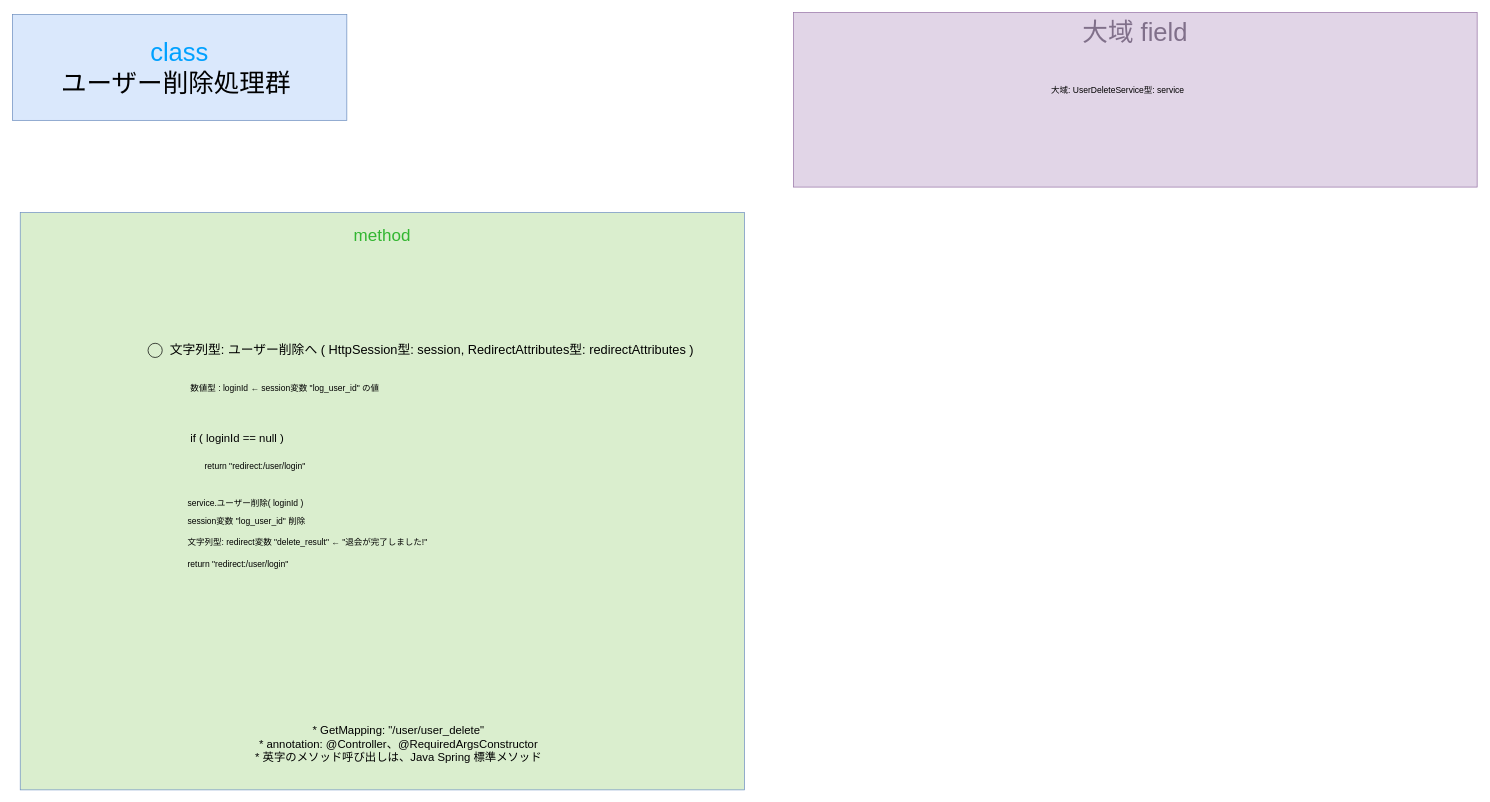
This is gijigengo/controller/user/meeting_reservation_sys controller_user UserDeleteControllerクラス 疑似言語.drawio from tro319/meeting_reservation_system, a draw.io file, before an edit. Source tidied: cells renumbered, new cells numbered last; positions are measured from the earlier drawing's top-left corner, leaving out a move shared by most shapes. Both pictures are drawn from the tidied source at 71%, with x=0, y=0 at pixel (12, 12).
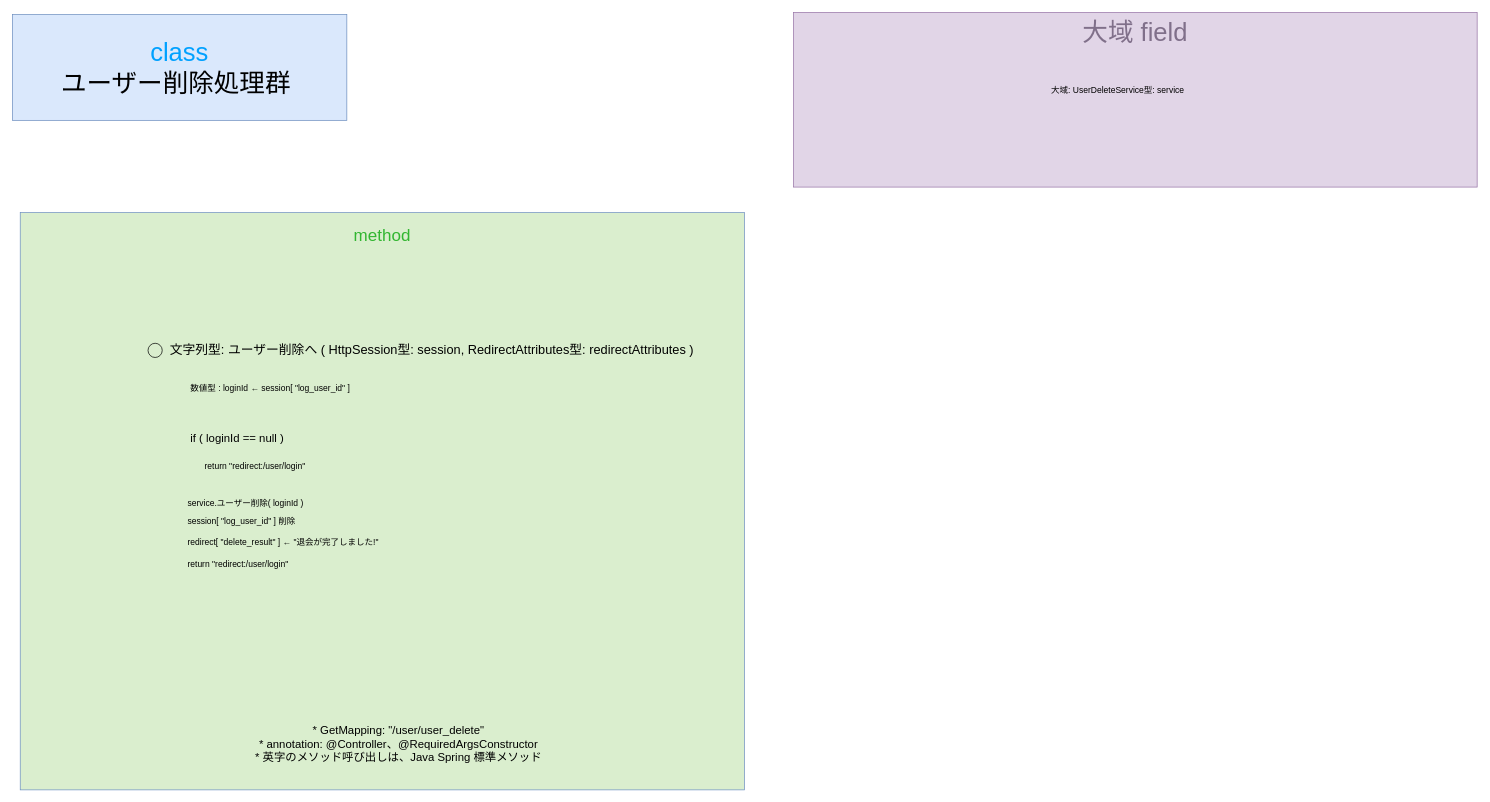
The same diagram, later.

The edit, as a diff of the source:
```diff
@@
 <mxGraphModel>
   <root>
     <mxCell id="0" />
     <mxCell id="1" parent="0" />
     <mxCell id="2" value="&lt;div&gt;&lt;span style=&quot;color: rgb(0, 161, 255);&quot;&gt;class&lt;/span&gt;&lt;/div&gt;&lt;div&gt;ユーザー削除処理群&amp;nbsp;&lt;/div&gt;" style="text;html=1;whiteSpace=wrap;strokeColor=#6c8ebf;fillColor=#dae8fc;align=center;verticalAlign=middle;rounded=0;fontSize=36;" parent="1" vertex="1">
       <mxGeometry y="3" width="471" height="149" as="geometry" />
     </mxCell>
     <mxCell id="3" value="&lt;div&gt;&lt;font style=&quot;font-size: 24px;&quot;&gt;&lt;span style=&quot;color: rgb(50, 182, 49);&quot;&gt;&lt;span style=&quot;&quot;&gt;&lt;span style=&quot;&quot;&gt;&lt;span&gt;method&lt;/span&gt;&lt;/span&gt;&lt;/span&gt;&lt;/span&gt;&lt;/font&gt;&lt;/div&gt;&lt;div&gt;&lt;font style=&quot;font-size: 24px;&quot;&gt;&lt;span style=&quot;color: rgba(0, 0, 0, 0);&quot;&gt;&lt;span style=&quot;color: rgba(0, 0, 0, 0);&quot;&gt;&lt;span style=&quot;&quot;&gt;&lt;span style=&quot;&quot;&gt;&lt;br&gt;&lt;/span&gt;&lt;/span&gt;&lt;/span&gt;&lt;/span&gt;&lt;/font&gt;&lt;/div&gt;" style="text;html=1;whiteSpace=wrap;strokeColor=#6c8ebf;fillColor=light-dark(#daeece, #214210);align=center;verticalAlign=top;rounded=0;fontSize=36;fontColor=#00A1FF;" parent="1" vertex="1">
       <mxGeometry x="11" y="282" width="1020" height="813" as="geometry" />
     </mxCell>
-    <mxCell id="4" value="&lt;div&gt;&lt;span style=&quot;color: rgb(0, 0, 0);&quot;&gt;&lt;font&gt;数値型 : loginId ←&amp;nbsp;&lt;/font&gt;&lt;/span&gt;&lt;span style=&quot;color: rgb(0, 0, 0);&quot;&gt;&lt;font&gt;session変数 &quot;log_user_id&quot; の値&lt;/font&gt;&lt;/span&gt;&lt;/div&gt;" style="text;html=1;whiteSpace=wrap;strokeColor=none;fillColor=none;align=left;verticalAlign=middle;rounded=0;fontSize=12;" parent="1" vertex="1">
+    <mxCell id="4" value="&lt;div&gt;&lt;span style=&quot;color: rgb(0, 0, 0);&quot;&gt;&lt;font&gt;数値型 : loginId ←&amp;nbsp;&lt;/font&gt;&lt;/span&gt;&lt;span style=&quot;color: rgb(0, 0, 0);&quot;&gt;&lt;font&gt;session[ &quot;log_user_id&quot; ]&lt;/font&gt;&lt;/span&gt;&lt;/div&gt;" style="text;html=1;whiteSpace=wrap;strokeColor=none;fillColor=none;align=left;verticalAlign=middle;rounded=0;fontSize=12;" parent="1" vertex="1">
       <mxGeometry x="249" y="515" width="590" height="30" as="geometry" />
     </mxCell>
     <mxCell id="5" value="&lt;div&gt;&lt;span&gt;&lt;span&gt;&lt;span style=&quot;color: rgb(0, 0, 0);&quot;&gt;&lt;font style=&quot;font-size: 16px;&quot;&gt;* GetMapping: &quot;/user/user_delete&quot;&lt;/font&gt;&lt;/span&gt;&lt;/span&gt;&lt;/span&gt;&lt;/div&gt;&lt;div&gt;&lt;span&gt;&lt;span&gt;&lt;span style=&quot;color: rgb(0, 0, 0);&quot;&gt;&lt;font style=&quot;font-size: 16px;&quot;&gt;* annotation: @Controller、@RequiredArgsConstructor&lt;/font&gt;&lt;/span&gt;&lt;/span&gt;&lt;/span&gt;&lt;/div&gt;&lt;div&gt;&lt;span&gt;&lt;span&gt;&lt;span style=&quot;color: rgb(0, 0, 0);&quot;&gt;&lt;font style=&quot;font-size: 16px;&quot;&gt;* 英字のメソッド呼び出しは、Java Spring 標準メソッド&lt;/font&gt;&lt;/span&gt;&lt;/span&gt;&lt;/span&gt;&lt;/div&gt;" style="text;html=1;whiteSpace=wrap;strokeColor=none;fillColor=none;align=center;verticalAlign=middle;rounded=0;" parent="1" vertex="1">
       <mxGeometry x="249" y="1015" width="590" height="30" as="geometry" />
     </mxCell>
     <mxCell id="6" value="&lt;div align=&quot;left&quot;&gt;&lt;span style=&quot;color: rgb(0, 0, 0);&quot;&gt;&lt;font style=&quot;font-size: 16px;&quot;&gt;if ( loginId == null )&amp;nbsp;&lt;/font&gt;&lt;/span&gt;&lt;/div&gt;" style="text;html=1;whiteSpace=wrap;strokeColor=none;fillColor=none;align=left;verticalAlign=middle;rounded=0;" parent="1" vertex="1">
       <mxGeometry x="249" y="585" width="590" height="30" as="geometry" />
     </mxCell>
     <mxCell id="7" value="service.ユーザー削除( loginId )" style="text;html=1;whiteSpace=wrap;strokeColor=none;fillColor=none;align=left;verticalAlign=middle;rounded=0;" parent="1" vertex="1">
       <mxGeometry x="245" y="676" width="590" height="30" as="geometry" />
     </mxCell>
     <mxCell id="8" value="return &quot;redirect:/user/login&quot;" style="text;html=1;whiteSpace=wrap;strokeColor=none;fillColor=none;align=left;verticalAlign=middle;rounded=0;" parent="1" vertex="1">
       <mxGeometry x="269" y="625" width="590" height="30" as="geometry" />
     </mxCell>
     <mxCell id="9" value="&lt;font&gt;大域 field&lt;/font&gt;" style="rounded=0;whiteSpace=wrap;html=1;fillColor=#e1d5e7;strokeColor=#9673a6;verticalAlign=top;fontSize=36;fontColor=#80708A;" parent="1" vertex="1">
       <mxGeometry x="1100" width="963" height="246" as="geometry" />
     </mxCell>
     <mxCell id="10" value="&lt;font&gt;&lt;span&gt;&lt;span&gt;&lt;span style=&quot;color: rgb(0, 0, 0);&quot;&gt;&lt;font&gt;大域: UserDeleteService型: service&lt;/font&gt;&lt;/span&gt;&lt;/span&gt;&lt;/span&gt;&lt;/font&gt;" style="whiteSpace=wrap;html=1;fillColor=none;labelBorderColor=none;strokeColor=none;fontSize=12;" parent="1" vertex="1">
       <mxGeometry x="1249.5" y="95" width="614" height="30" as="geometry" />
     </mxCell>
     <mxCell id="11" value="&amp;nbsp; &amp;nbsp; &amp;nbsp; &amp;nbsp; &amp;nbsp; &amp;nbsp; &amp;nbsp;" style="ellipse;whiteSpace=wrap;html=1;fillColor=none;" parent="1" vertex="1">
       <mxGeometry x="191" y="466" width="20" height="20" as="geometry" />
     </mxCell>
     <mxCell id="12" value="&lt;font style=&quot;font-size: 18px;&quot;&gt;&lt;span&gt;&lt;span&gt;&lt;span style=&quot;color: rgb(0, 0, 0);&quot;&gt;&lt;font&gt;文字列型: ユーザー削除へ ( HttpSession型: session, RedirectAttributes型: redirectAttributes )&lt;/font&gt;&lt;/span&gt;&lt;/span&gt;&lt;/span&gt;&lt;/font&gt;" style="whiteSpace=wrap;html=1;fillColor=none;labelBorderColor=none;strokeColor=none;" parent="1" vertex="1">
       <mxGeometry x="115.9" y="461" width="950.3" height="30" as="geometry" />
     </mxCell>
-    <mxCell id="13" value="文字列型: redirect変数 &quot;delete_result&quot; ← &quot;退会が完了しました!&quot;" style="text;html=1;whiteSpace=wrap;strokeColor=none;fillColor=none;align=left;verticalAlign=middle;rounded=0;" parent="1" vertex="1">
+    <mxCell id="13" value="redirect[ &quot;delete_result&quot; ] ← &quot;退会が完了しました!&quot;" style="text;html=1;whiteSpace=wrap;strokeColor=none;fillColor=none;align=left;verticalAlign=middle;rounded=0;" parent="1" vertex="1">
       <mxGeometry x="245" y="732" width="590" height="30" as="geometry" />
     </mxCell>
-    <mxCell id="14" value="session変数 &quot;log_user_id&quot; 削除" style="text;html=1;whiteSpace=wrap;strokeColor=none;fillColor=none;align=left;verticalAlign=middle;rounded=0;" parent="1" vertex="1">
+    <mxCell id="14" value="session[ &quot;log_user_id&quot; ] 削除" style="text;html=1;whiteSpace=wrap;strokeColor=none;fillColor=none;align=left;verticalAlign=middle;rounded=0;" parent="1" vertex="1">
       <mxGeometry x="245" y="702" width="590" height="30" as="geometry" />
     </mxCell>
     <mxCell id="15" value="return &quot;redirect:/user/login&quot;" style="text;html=1;whiteSpace=wrap;strokeColor=none;fillColor=none;align=left;verticalAlign=middle;rounded=0;" parent="1" vertex="1">
       <mxGeometry x="245" y="762" width="590" height="30" as="geometry" />
     </mxCell>
   </root>
 </mxGraphModel>
```
